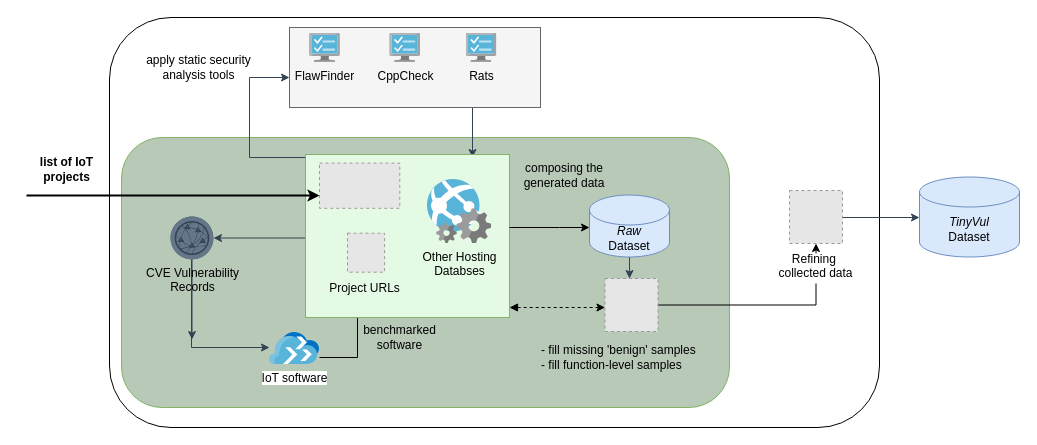
Above: figure/framework.drawio in SmartSecLab/IoTvulCode (draw.io), before the change. Source tidied: cells renumbered, new cells numbered last; positions are measured from the earlier drawing's top-left corner, leaving out a move shared by most shapes. Both pictures are drawn from the tidied source at 100%, with x=0, y=0 at pixel (26, 17). Pictures stored in the file or linked from it are replaced by grey dashed boxes.
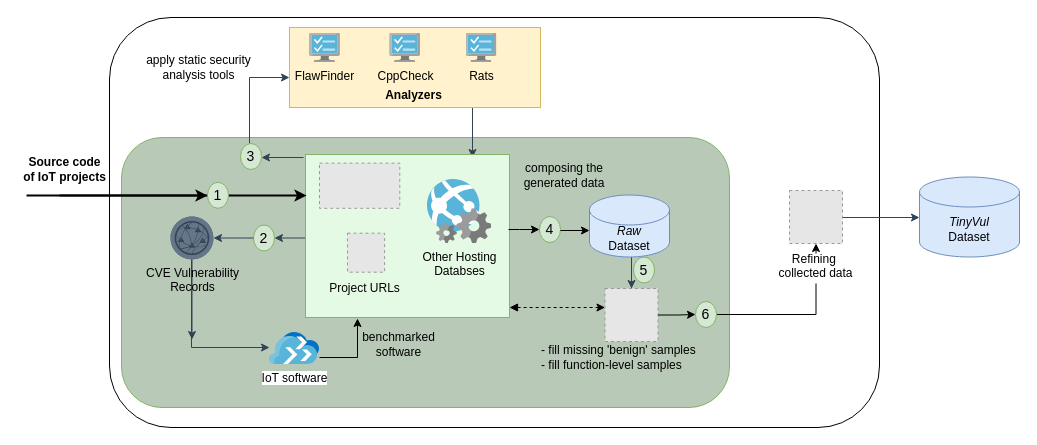
The same diagram, later.

The change refers to these unchanged cells:
```xml
<mxCell id="15" value="IoT software" style="html=1;points=[];align=center;image;fontSize=12;image=img/lib/mscae/Migration_Projects.svg;fontColor=#000000;fillColor=#647687;strokeColor=#314354;labelBackgroundColor=#FFFFFF;" parent="1" vertex="1">
  <mxGeometry x="243" y="315" width="50" height="32" as="geometry" />
</mxCell>
<mxCell id="17" value="CVE Vulnerability &lt;br&gt;Records" style="verticalLabelPosition=bottom;html=1;verticalAlign=top;align=center;points=[[0.145,0.145,0],[0.5,0,0],[0.855,0.145,0],[1,0.5,0],[0.855,0.855,0],[0.5,1,0],[0.145,0.855,0],[0,0.5,0]];shape=mxgraph.cisco_safe.compositeIcon;bgIcon=ellipse;resIcon=mxgraph.cisco_safe.capability.vulnerability_management;fontColor=#000000;fillColor=#647687;strokeColor=#314354;" parent="1" vertex="1">
  <mxGeometry x="144" y="199" width="43" height="43" as="geometry" />
</mxCell>
<mxCell id="24" style="fillColor=#E6E6E6;strokeColor=#999999;dashed=1;verticalLabelPosition=bottom;labelBackgroundColor=none;verticalAlign=top;fontColor=default;" parent="23" vertex="1">
  <mxGeometry x="14" y="8.6" width="80.3" height="45.2" as="geometry" />
</mxCell>
<mxCell id="25" value="Project URLs" style="text;html=1;align=center;verticalAlign=middle;points=[];" parent="23" vertex="1">
  <mxGeometry x="14" y="119.3" width="90" height="30" as="geometry" />
</mxCell>
<mxCell id="29" value="Refining &#10;collected data" style="fillColor=#E6E6E6;strokeColor=#999999;dashed=1;verticalLabelPosition=bottom;labelBackgroundColor=#ffffff;verticalAlign=top;spacingTop=2;fontColor=#000000;" parent="1" vertex="1">
  <mxGeometry x="763" y="173" width="53" height="53" as="geometry" />
</mxCell>
<mxCell id="33" value="&lt;i&gt;Raw&lt;br&gt;&lt;/i&gt;Dataset" style="shape=cylinder3;whiteSpace=wrap;html=1;boundedLbl=1;backgroundOutline=1;size=15;fillColor=#dae8fc;strokeColor=#6c8ebf;" parent="1" vertex="1">
  <mxGeometry x="563" y="177.5" width="80" height="62" as="geometry" />
</mxCell>
```

The edit, as a diff of the source:
```diff
@@
-    <mxCell id="4" style="edgeStyle=orthogonalEdgeStyle;rounded=0;jettySize=auto;html=1;exitX=1;exitY=0.5;exitDx=0;exitDy=0;exitPerimeter=0;fontColor=#000000;fillColor=#647687;strokeColor=#314354;endArrow=none;endFill=0;startArrow=classic;startFill=1;" parent="1" edge="1" source="17">
+    <mxCell id="4" style="edgeStyle=orthogonalEdgeStyle;rounded=0;jettySize=auto;html=1;exitX=1;exitY=0.5;exitDx=0;exitDy=0;exitPerimeter=0;fontColor=#000000;fillColor=#647687;strokeColor=#314354;endArrow=none;endFill=0;startArrow=classic;startFill=1;" parent="1" edge="1" source="40">
       <mxGeometry relative="1" as="geometry">
         <mxPoint x="283" y="215" as="targetPoint" />
         <Array as="points">
           <mxPoint x="283" y="221" />
         </Array>
       </mxGeometry>
     </mxCell>
@@
-    <mxCell id="8" style="edgeStyle=orthogonalEdgeStyle;rounded=0;orthogonalLoop=1;jettySize=auto;html=1;fontColor=#000000;fillColor=#647687;strokeColor=#314354;" parent="1" edge="1">
+    <mxCell id="8" style="edgeStyle=orthogonalEdgeStyle;rounded=0;jettySize=auto;html=1;fontColor=#000000;fillColor=#647687;strokeColor=#314354;" parent="1" edge="1" source="42">
       <mxGeometry relative="1" as="geometry">
-        <mxPoint x="303" y="140" as="sourcePoint" />
         <mxPoint x="263" y="60" as="targetPoint" />
         <Array as="points">
-          <mxPoint x="223" y="140" />
           <mxPoint x="223" y="60" />
         </Array>
       </mxGeometry>
     </mxCell>
@@
-    <mxCell id="10" style="edgeStyle=orthogonalEdgeStyle;rounded=0;jettySize=auto;html=1;" parent="1" edge="1" source="12" target="29">
+    <mxCell id="10" style="edgeStyle=orthogonalEdgeStyle;rounded=0;jettySize=auto;html=1;" parent="1" edge="1" source="48" target="29">
       <mxGeometry relative="1" as="geometry" />
     </mxCell>
@@
     <mxCell id="12" style="fillColor=#E6E6E6;strokeColor=#999999;dashed=1;verticalLabelPosition=bottom;labelBackgroundColor=#ffffff;verticalAlign=top;spacingTop=2;fontColor=#000000;" parent="1" vertex="1">
-      <mxGeometry x="578.5" y="261" width="53" height="53" as="geometry" />
+      <mxGeometry x="578.5" y="271" width="53" height="53" as="geometry" />
     </mxCell>
@@
-    <mxCell id="14" style="edgeStyle=orthogonalEdgeStyle;rounded=0;jettySize=auto;html=1;" parent="1" edge="1" source="15" target="25">
+    <mxCell id="14" style="edgeStyle=orthogonalEdgeStyle;rounded=0;jettySize=auto;html=1;" parent="1" edge="1" source="15">
       <mxGeometry relative="1" as="geometry">
+        <mxPoint x="331" y="301" as="targetPoint" />
         <Array as="points">
           <mxPoint x="331" y="340" />
         </Array>
       </mxGeometry>
     </mxCell>
@@
-    <mxCell id="18" style="group;fillColor=#f5f5f5;strokeColor=#666666;fontColor=#333333;" parent="1" vertex="1">
+    <mxCell id="18" style="group;fillColor=#fff2cc;strokeColor=#d6b656;" parent="1" vertex="1">
       <mxGeometry x="263" y="10" width="251" height="80" as="geometry" />
     </mxCell>
@@
+    <mxCell id="37" value="&lt;b&gt;Analyzers&lt;/b&gt;" style="text;html=1;align=center;verticalAlign=middle;" parent="18" vertex="1">
+      <mxGeometry x="90" y="59" width="67" height="18" as="geometry" />
+    </mxCell>
@@
     <mxCell id="28" value="benchmarked &lt;br&gt;software" style="text;html=1;align=center;verticalAlign=middle;fontColor=#000000;fillColor=none;strokeColor=none;labelBackgroundColor=none;" parent="1" vertex="1">
-      <mxGeometry x="323" y="300" width="100" height="40" as="geometry" />
+      <mxGeometry x="322" y="307" width="100" height="40" as="geometry" />
     </mxCell>
@@
-    <mxCell id="32" style="edgeStyle=orthogonalEdgeStyle;rounded=0;jettySize=auto;html=1;startArrow=classic;startFill=1;endArrow=none;endFill=0;" parent="1" edge="1" source="33">
-      <mxGeometry relative="1" as="geometry">
-        <mxPoint x="483" y="210" as="targetPoint" />
-        <Array as="points">
-          <mxPoint x="533" y="210" />
-          <mxPoint x="533" y="210" />
-        </Array>
-      </mxGeometry>
-    </mxCell>
@@
-    <mxCell id="35" style="edgeStyle=elbowEdgeStyle;rounded=0;jettySize=auto;html=1;elbow=vertical;fontColor=#000000;strokeWidth=2;" parent="1" edge="1" target="24">
+    <mxCell id="35" style="edgeStyle=elbowEdgeStyle;rounded=0;jettySize=auto;html=1;elbow=vertical;fontColor=#000000;strokeWidth=2;" parent="1" edge="1" source="38">
       <mxGeometry relative="1" as="geometry">
-        <mxPoint y="178" as="sourcePoint" />
+        <mxPoint x="280" y="178" as="targetPoint" />
         <Array as="points">
           <mxPoint x="33" y="178" />
         </Array>
       </mxGeometry>
     </mxCell>
-    <mxCell id="36" value="&lt;b&gt;list of IoT &lt;br&gt;projects&lt;/b&gt;" style="text;html=1;align=center;verticalAlign=middle;" parent="1" vertex="1">
-      <mxGeometry x="5" y="137" width="70" height="30" as="geometry" />
+    <mxCell id="36" value="&lt;b&gt;Source code &lt;br&gt;of&amp;nbsp;IoT projects&lt;/b&gt;" style="text;html=1;align=center;verticalAlign=middle;" parent="1" vertex="1">
+      <mxGeometry x="-9" y="136" width="93" height="32" as="geometry" />
     </mxCell>
+    <mxCell id="38" value="&lt;font style=&quot;font-size: 14px&quot;&gt;1&lt;/font&gt;" style="ellipse;whiteSpace=wrap;html=1;fillColor=#d5e8d4;strokeColor=#82b366;" parent="1" vertex="1">
+      <mxGeometry x="181" y="164.8" width="21" height="26" as="geometry" />
+    </mxCell>
+    <mxCell id="39" style="edgeStyle=elbowEdgeStyle;rounded=0;jettySize=auto;html=1;elbow=vertical;fontColor=#000000;strokeWidth=2;" parent="1" edge="1" target="38">
+      <mxGeometry relative="1" as="geometry">
+        <mxPoint y="178" as="sourcePoint" />
+      </mxGeometry>
+    </mxCell>
+    <mxCell id="40" value="&lt;font style=&quot;font-size: 14px&quot;&gt;2&lt;/font&gt;" style="ellipse;whiteSpace=wrap;html=1;fillColor=#d5e8d4;strokeColor=#82b366;" parent="1" vertex="1">
+      <mxGeometry x="227" y="207.5" width="21" height="26" as="geometry" />
+    </mxCell>
+    <mxCell id="41" style="edgeStyle=orthogonalEdgeStyle;rounded=0;jettySize=auto;html=1;exitX=1;exitY=0.5;exitDx=0;exitDy=0;exitPerimeter=0;fontColor=#000000;fillColor=#647687;strokeColor=#314354;endArrow=none;endFill=0;startArrow=classic;startFill=1;" parent="1" edge="1" source="17" target="40">
+      <mxGeometry relative="1" as="geometry" />
+    </mxCell>
+    <mxCell id="42" value="&lt;font style=&quot;font-size: 14px&quot;&gt;3&lt;/font&gt;" style="ellipse;whiteSpace=wrap;html=1;fillColor=#d5e8d4;strokeColor=#82b366;" parent="1" vertex="1">
+      <mxGeometry x="214" y="126" width="21" height="26" as="geometry" />
+    </mxCell>
+    <mxCell id="43" style="edgeStyle=orthogonalEdgeStyle;rounded=0;jettySize=auto;html=1;fontColor=#000000;fillColor=#647687;strokeColor=#314354;" parent="1" edge="1" target="42">
+      <mxGeometry relative="1" as="geometry">
+        <mxPoint x="277" y="140" as="sourcePoint" />
+        <Array as="points">
+          <mxPoint x="223" y="140" />
+        </Array>
+      </mxGeometry>
+    </mxCell>
+    <mxCell id="44" style="edgeStyle=orthogonalEdgeStyle;rounded=0;jettySize=auto;html=1;startArrow=classic;startFill=1;endArrow=none;endFill=0;" parent="1" edge="1" source="45">
+      <mxGeometry relative="1" as="geometry">
+        <mxPoint x="482" y="212" as="targetPoint" />
+      </mxGeometry>
+    </mxCell>
+    <mxCell id="45" value="&lt;font style=&quot;font-size: 14px&quot;&gt;4&lt;/font&gt;" style="ellipse;whiteSpace=wrap;html=1;fillColor=#d5e8d4;strokeColor=#82b366;" parent="1" vertex="1">
+      <mxGeometry x="513" y="199" width="21" height="26" as="geometry" />
+    </mxCell>
+    <mxCell id="46" style="edgeStyle=orthogonalEdgeStyle;rounded=0;jettySize=auto;html=1;startArrow=classic;startFill=1;endArrow=none;endFill=0;" parent="1" edge="1" target="45">
+      <mxGeometry relative="1" as="geometry">
+        <mxPoint x="563" y="213" as="sourcePoint" />
+        <Array as="points">
+          <mxPoint x="533" y="213" />
+        </Array>
+      </mxGeometry>
+    </mxCell>
+    <mxCell id="47" value="&lt;font style=&quot;font-size: 14px&quot;&gt;5&lt;/font&gt;" style="ellipse;whiteSpace=wrap;html=1;fillColor=#d5e8d4;strokeColor=#82b366;" parent="1" vertex="1">
+      <mxGeometry x="607" y="239.5" width="21" height="26" as="geometry" />
+    </mxCell>
+    <mxCell id="48" value="&lt;font style=&quot;font-size: 14px&quot;&gt;6&lt;/font&gt;" style="ellipse;whiteSpace=wrap;html=1;fillColor=#d5e8d4;strokeColor=#82b366;" parent="1" vertex="1">
+      <mxGeometry x="669" y="284" width="21" height="26" as="geometry" />
+    </mxCell>
+    <mxCell id="49" style="edgeStyle=orthogonalEdgeStyle;rounded=0;jettySize=auto;html=1;" parent="1" edge="1" source="12" target="48">
+      <mxGeometry relative="1" as="geometry" />
+    </mxCell>
```
